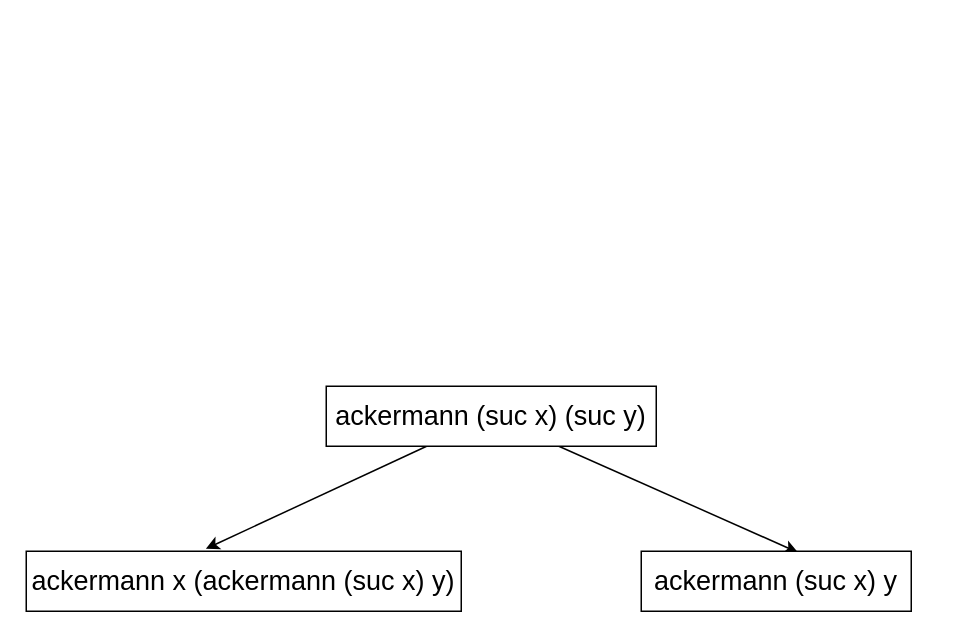
lengyijun/MergeSort keeps this draw.io diagram as slide/ackermann.drawio. Above is the earlier version. Source tidied: cells renumbered, new cells numbered last; positions are measured from the earlier drawing's top-left corner, leaving out a move shared by most shapes. Both pictures are drawn from the tidied source at 150%, with x=0, y=0 at pixel (26, 386).
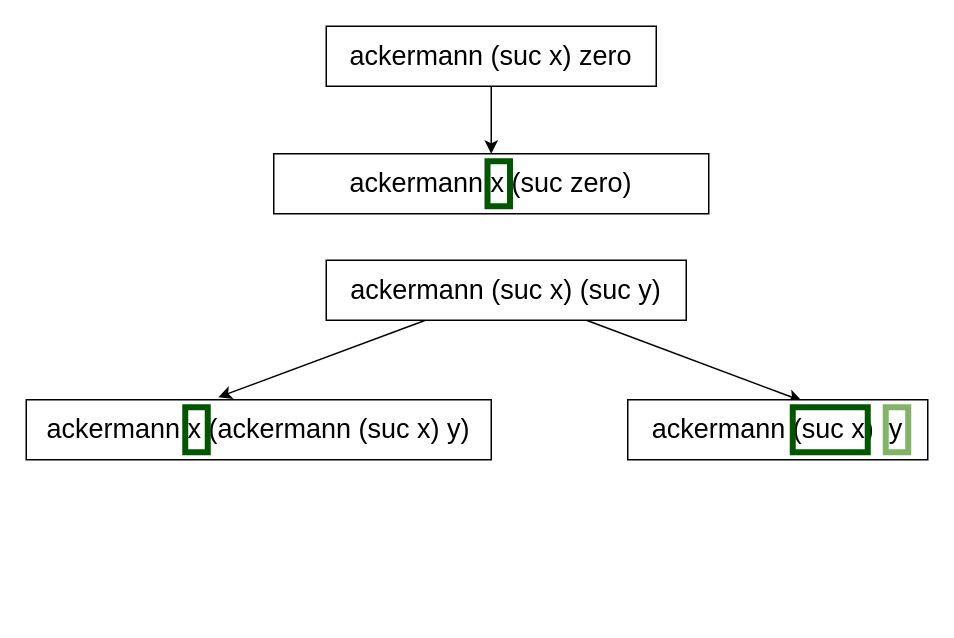
After the change.

What changed in the source:
```diff
@@
 <mxGraphModel>
   <root>
     <mxCell id="0" />
     <mxCell id="1" parent="0" />
     <mxCell id="2" style="rounded=0;jettySize=auto;html=1;entryX=0.413;entryY=-0.042;entryDx=0;entryDy=0;entryPerimeter=0;fontSize=18;" parent="1" edge="1" source="4" target="5">
       <mxGeometry relative="1" as="geometry" />
     </mxCell>
     <mxCell id="3" style="edgeStyle=none;rounded=0;jettySize=auto;html=1;entryX=0.58;entryY=0.018;entryDx=0;entryDy=0;entryPerimeter=0;fontSize=18;" parent="1" edge="1" source="4" target="6">
       <mxGeometry relative="1" as="geometry" />
     </mxCell>
     <mxCell id="4" value="ackermann (suc x) (suc y)" style="rounded=0;whiteSpace=wrap;html=1;fontSize=18;" parent="1" vertex="1">
-      <mxGeometry x="200" width="220" height="40" as="geometry" />
+      <mxGeometry x="200" y="-84" width="240" height="40" as="geometry" />
     </mxCell>
     <mxCell id="5" value="ackermann x (ackermann (suc x) y)" style="rounded=0;whiteSpace=wrap;html=1;fontSize=18;" parent="1" vertex="1">
-      <mxGeometry y="110" width="290" height="40" as="geometry" />
+      <mxGeometry y="9" width="310" height="40" as="geometry" />
     </mxCell>
-    <mxCell id="6" value="ackermann (suc x) y" style="rounded=0;whiteSpace=wrap;html=1;fontSize=18;" parent="1" vertex="1">
-      <mxGeometry x="410" y="110" width="180" height="40" as="geometry" />
+    <mxCell id="6" value="ackermann (suc x)&amp;nbsp; y" style="rounded=0;whiteSpace=wrap;html=1;fontSize=18;" parent="1" vertex="1">
+      <mxGeometry x="401" y="9" width="200" height="40" as="geometry" />
     </mxCell>
+    <mxCell id="7" style="edgeStyle=orthogonalEdgeStyle;rounded=0;jettySize=auto;html=1;" parent="1" edge="1" source="8" target="9">
+      <mxGeometry relative="1" as="geometry" />
+    </mxCell>
+    <mxCell id="8" value="ackermann (suc x) zero" style="rounded=0;whiteSpace=wrap;html=1;fontSize=18;" parent="1" vertex="1">
+      <mxGeometry x="200" y="-240" width="220" height="40" as="geometry" />
+    </mxCell>
+    <mxCell id="9" value="ackermann x (suc zero)" style="rounded=0;whiteSpace=wrap;html=1;fontSize=18;" parent="1" vertex="1">
+      <mxGeometry x="165" y="-155" width="290" height="40" as="geometry" />
+    </mxCell>
+    <mxCell id="10" style="rounded=0;whiteSpace=wrap;html=1;strokeWidth=4;strokeColor=#005700;fillColor=none;fontColor=#ffffff;" parent="1" vertex="1">
+      <mxGeometry x="106" y="14" width="15" height="30" as="geometry" />
+    </mxCell>
+    <mxCell id="11" style="rounded=0;whiteSpace=wrap;html=1;strokeWidth=4;strokeColor=#82b366;fillColor=none;" parent="1" vertex="1">
+      <mxGeometry x="573" y="14" width="15" height="30" as="geometry" />
+    </mxCell>
+    <mxCell id="12" style="rounded=0;whiteSpace=wrap;html=1;strokeWidth=4;strokeColor=#005700;fillColor=none;fontColor=#ffffff;" parent="1" vertex="1">
+      <mxGeometry x="307.5" y="-150" width="15" height="30" as="geometry" />
+    </mxCell>
+    <mxCell id="13" style="rounded=0;whiteSpace=wrap;html=1;strokeWidth=4;strokeColor=#005700;fillColor=none;fontColor=#ffffff;" parent="1" vertex="1">
+      <mxGeometry x="511" y="14" width="50" height="30" as="geometry" />
+    </mxCell>
   </root>
 </mxGraphModel>
```
